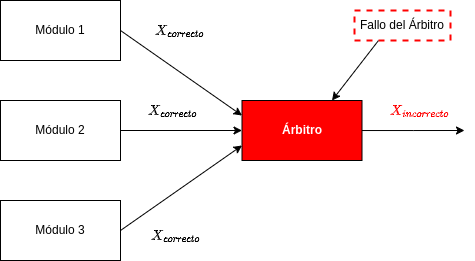
Earlier version of the draw.io export docs/latex/img/falla_arbitro.png (Federiconunezfrau/FCC-project-LARoptero). Source tidied: cells renumbered, new cells last; positions are measured from the earlier drawing's top-left corner, leaving out a move shared by most shapes. Source of this version:
```xml
<mxGraphModel math="1">
  <root>
    <mxCell id="0" />
    <mxCell id="1" parent="0" />
    <mxCell id="2" style="rounded=0;jettySize=auto;html=1;exitX=1;exitY=0.5;exitDx=0;exitDy=0;entryX=0;entryY=0.25;entryDx=0;entryDy=0;" parent="1" edge="1" source="3" target="9">
      <mxGeometry relative="1" as="geometry" />
    </mxCell>
    <mxCell id="3" value="Módulo 1" style="rounded=0;whiteSpace=wrap;html=1;" parent="1" vertex="1">
      <mxGeometry width="120" height="60" as="geometry" />
    </mxCell>
    <mxCell id="4" style="edgeStyle=none;rounded=0;jettySize=auto;html=1;exitX=1;exitY=0.5;exitDx=0;exitDy=0;entryX=0;entryY=0.5;entryDx=0;entryDy=0;" parent="1" edge="1" source="5" target="9">
      <mxGeometry relative="1" as="geometry" />
    </mxCell>
    <mxCell id="5" value="Módulo 2" style="rounded=0;whiteSpace=wrap;html=1;" parent="1" vertex="1">
      <mxGeometry y="100" width="120" height="60" as="geometry" />
    </mxCell>
    <mxCell id="6" style="edgeStyle=none;rounded=0;jettySize=auto;html=1;exitX=1;exitY=0.5;exitDx=0;exitDy=0;entryX=0;entryY=0.75;entryDx=0;entryDy=0;" parent="1" edge="1" source="7" target="9">
      <mxGeometry relative="1" as="geometry" />
    </mxCell>
    <mxCell id="7" value="Módulo 3" style="rounded=0;whiteSpace=wrap;html=1;" parent="1" vertex="1">
      <mxGeometry y="200" width="120" height="60" as="geometry" />
    </mxCell>
    <mxCell id="8" style="edgeStyle=orthogonalEdgeStyle;rounded=0;jettySize=auto;html=1;" parent="1" edge="1" source="9">
      <mxGeometry relative="1" as="geometry">
        <mxPoint x="464" y="130" as="targetPoint" />
      </mxGeometry>
    </mxCell>
    <mxCell id="9" value="Árbitro" style="rounded=0;whiteSpace=wrap;html=1;fillColor=#FF0000;fontStyle=1;fontColor=#FFFFFF;" parent="1" vertex="1">
      <mxGeometry x="241.5" y="100" width="120" height="60" as="geometry" />
    </mxCell>
    <mxCell id="10" value="$$X_{correcto}$$" style="text;html=1;strokeColor=none;fillColor=none;align=center;verticalAlign=middle;whiteSpace=wrap;rounded=0;fontColor=#000000;fontStyle=0;" parent="1" vertex="1">
      <mxGeometry x="143.5" y="15" width="70.5" height="30" as="geometry" />
    </mxCell>
    <mxCell id="11" style="rounded=0;jettySize=auto;html=1;exitX=0.25;exitY=1;exitDx=0;exitDy=0;entryX=0.75;entryY=0;entryDx=0;entryDy=0;" parent="1" edge="1" source="12" target="9">
      <mxGeometry relative="1" as="geometry" />
    </mxCell>
    <mxCell id="12" value="Fallo del Árbitro" style="text;html=1;strokeColor=#FF0000;fillColor=none;align=center;verticalAlign=middle;whiteSpace=wrap;rounded=0;dashed=1;strokeWidth=2;" parent="1" vertex="1">
      <mxGeometry x="354" y="10" width="96" height="30" as="geometry" />
    </mxCell>
    <mxCell id="13" value="$$X_{correcto}$$" style="text;html=1;strokeColor=none;fillColor=none;align=center;verticalAlign=middle;whiteSpace=wrap;rounded=0;fontColor=#000000;fontStyle=0;" parent="1" vertex="1">
      <mxGeometry x="137" y="95" width="70.5" height="30" as="geometry" />
    </mxCell>
    <mxCell id="14" value="$$X_{correcto}$$" style="text;html=1;strokeColor=none;fillColor=none;align=center;verticalAlign=middle;whiteSpace=wrap;rounded=0;fontColor=#000000;fontStyle=0;" parent="1" vertex="1">
      <mxGeometry x="139.5" y="220" width="70.5" height="30" as="geometry" />
    </mxCell>
    <mxCell id="15" value="$$X_{incorrecto}$$" style="text;html=1;strokeColor=none;fillColor=none;align=center;verticalAlign=middle;whiteSpace=wrap;rounded=0;fontColor=#FF0000;fontStyle=1;" parent="1" vertex="1">
      <mxGeometry x="384" y="95" width="70.5" height="30" as="geometry" />
    </mxCell>
  </root>
</mxGraphModel>
```
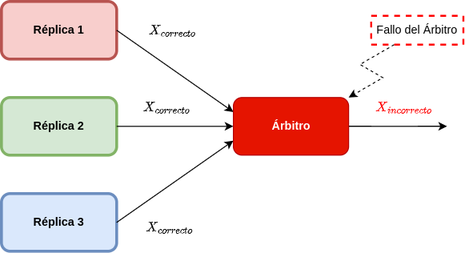
Later version of the same file.

Diff of the diagram source:
```diff
@@ -2,40 +2,40 @@
   <root>
     <mxCell id="0" />
     <mxCell id="1" parent="0" />
-    <mxCell id="2" style="rounded=0;jettySize=auto;html=1;exitX=1;exitY=0.5;exitDx=0;exitDy=0;entryX=0;entryY=0.25;entryDx=0;entryDy=0;" parent="1" edge="1" source="3" target="9">
-      <mxGeometry relative="1" as="geometry" />
+    <mxCell id="2" value="Réplica 3" style="rounded=1;whiteSpace=wrap;html=1;fillColor=#dae8fc;strokeColor=#6c8ebf;strokeWidth=3;fontStyle=1;" parent="1" vertex="1">
+      <mxGeometry y="200" width="120" height="60" as="geometry" />
     </mxCell>
-    <mxCell id="3" value="Módulo 1" style="rounded=0;whiteSpace=wrap;html=1;" parent="1" vertex="1">
-      <mxGeometry width="120" height="60" as="geometry" />
+    <mxCell id="3" value="Réplica 2" style="rounded=1;whiteSpace=wrap;html=1;fillColor=#d5e8d4;strokeColor=#82b366;strokeWidth=3;fontStyle=1;" parent="1" vertex="1">
+      <mxGeometry y="100" width="120" height="60" as="geometry" />
     </mxCell>
-    <mxCell id="4" style="edgeStyle=none;rounded=0;jettySize=auto;html=1;exitX=1;exitY=0.5;exitDx=0;exitDy=0;entryX=0;entryY=0.5;entryDx=0;entryDy=0;" parent="1" edge="1" source="5" target="9">
-      <mxGeometry relative="1" as="geometry" />
+    <mxCell id="4" value="Réplica 1" style="rounded=1;whiteSpace=wrap;html=1;fillColor=#f8cecc;strokeColor=#b85450;strokeWidth=3;fontStyle=1;" parent="1" vertex="1">
+      <mxGeometry width="120" height="60" as="geometry" />
     </mxCell>
-    <mxCell id="5" value="Módulo 2" style="rounded=0;whiteSpace=wrap;html=1;" parent="1" vertex="1">
-      <mxGeometry y="100" width="120" height="60" as="geometry" />
+    <mxCell id="5" style="rounded=0;jettySize=auto;html=1;entryX=0;entryY=0.25;entryDx=0;entryDy=0;exitX=1;exitY=0.5;exitDx=0;exitDy=0;" parent="1" edge="1" source="4" target="9">
+      <mxGeometry relative="1" as="geometry" />
     </mxCell>
-    <mxCell id="6" style="edgeStyle=none;rounded=0;jettySize=auto;html=1;exitX=1;exitY=0.5;exitDx=0;exitDy=0;entryX=0;entryY=0.75;entryDx=0;entryDy=0;" parent="1" edge="1" source="7" target="9">
+    <mxCell id="6" style="edgeStyle=none;rounded=0;jettySize=auto;html=1;entryX=0;entryY=0.5;entryDx=0;entryDy=0;exitX=1;exitY=0.5;exitDx=0;exitDy=0;" parent="1" edge="1" source="3" target="9">
       <mxGeometry relative="1" as="geometry" />
     </mxCell>
-    <mxCell id="7" value="Módulo 3" style="rounded=0;whiteSpace=wrap;html=1;" parent="1" vertex="1">
-      <mxGeometry y="200" width="120" height="60" as="geometry" />
+    <mxCell id="7" style="edgeStyle=none;rounded=0;jettySize=auto;html=1;entryX=0;entryY=0.75;entryDx=0;entryDy=0;exitX=1;exitY=0.5;exitDx=0;exitDy=0;" parent="1" edge="1" source="2" target="9">
+      <mxGeometry relative="1" as="geometry" />
     </mxCell>
     <mxCell id="8" style="edgeStyle=orthogonalEdgeStyle;rounded=0;jettySize=auto;html=1;" parent="1" edge="1" source="9">
       <mxGeometry relative="1" as="geometry">
         <mxPoint x="464" y="130" as="targetPoint" />
       </mxGeometry>
     </mxCell>
-    <mxCell id="9" value="Árbitro" style="rounded=0;whiteSpace=wrap;html=1;fillColor=#FF0000;fontStyle=1;fontColor=#FFFFFF;" parent="1" vertex="1">
+    <mxCell id="9" value="Árbitro" style="rounded=1;whiteSpace=wrap;html=1;fillColor=#e51400;fontStyle=1;fontColor=#ffffff;strokeColor=#B20000;" parent="1" vertex="1">
       <mxGeometry x="241.5" y="100" width="120" height="60" as="geometry" />
     </mxCell>
     <mxCell id="10" value="$$X_{correcto}$$" style="text;html=1;strokeColor=none;fillColor=none;align=center;verticalAlign=middle;whiteSpace=wrap;rounded=0;fontColor=#000000;fontStyle=0;" parent="1" vertex="1">
       <mxGeometry x="143.5" y="15" width="70.5" height="30" as="geometry" />
     </mxCell>
-    <mxCell id="11" style="rounded=0;jettySize=auto;html=1;exitX=0.25;exitY=1;exitDx=0;exitDy=0;entryX=0.75;entryY=0;entryDx=0;entryDy=0;" parent="1" edge="1" source="12" target="9">
+    <mxCell id="11" style="rounded=0;jettySize=auto;html=1;exitX=0.25;exitY=1;exitDx=0;exitDy=0;entryX=1;entryY=0;entryDx=0;entryDy=0;edgeStyle=isometricEdgeStyle;dashed=1;" parent="1" edge="1" source="12" target="9">
       <mxGeometry relative="1" as="geometry" />
     </mxCell>
     <mxCell id="12" value="Fallo del Árbitro" style="text;html=1;strokeColor=#FF0000;fillColor=none;align=center;verticalAlign=middle;whiteSpace=wrap;rounded=0;dashed=1;strokeWidth=2;" parent="1" vertex="1">
-      <mxGeometry x="354" y="10" width="96" height="30" as="geometry" />
+      <mxGeometry x="385" y="15" width="96" height="30" as="geometry" />
     </mxCell>
     <mxCell id="13" value="$$X_{correcto}$$" style="text;html=1;strokeColor=none;fillColor=none;align=center;verticalAlign=middle;whiteSpace=wrap;rounded=0;fontColor=#000000;fontStyle=0;" parent="1" vertex="1">
       <mxGeometry x="137" y="95" width="70.5" height="30" as="geometry" />
```
